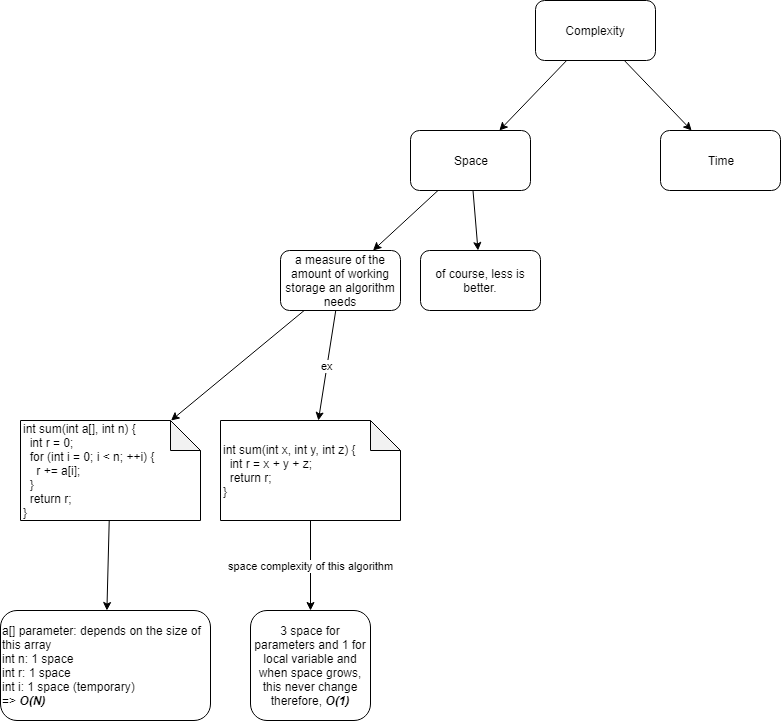
The draw.io diagram Time_Space_Complexity.PNG in stsiwo/data_structures_and_algorithm, before a commit. Source tidied: cells renumbered, new cells last; positions are measured from the earlier drawing's top-left corner, leaving out a move shared by most shapes. Its diagram source:
```xml
<mxGraphModel>
  <root>
    <mxCell id="0" />
    <mxCell id="1" parent="0" />
    <mxCell id="2" style="rounded=0;jettySize=auto;html=1;" parent="1" edge="1" source="4" target="8">
      <mxGeometry relative="1" as="geometry" />
    </mxCell>
    <mxCell id="3" style="edgeStyle=none;rounded=0;jettySize=auto;html=1;" parent="1" edge="1" source="4" target="5">
      <mxGeometry relative="1" as="geometry" />
    </mxCell>
    <mxCell id="4" value="Complexity" style="rounded=1;whiteSpace=wrap;html=1;" parent="1" vertex="1">
      <mxGeometry x="535" width="120" height="60" as="geometry" />
    </mxCell>
    <mxCell id="5" value="Time" style="rounded=1;whiteSpace=wrap;html=1;" parent="1" vertex="1">
      <mxGeometry x="660" y="130" width="120" height="60" as="geometry" />
    </mxCell>
    <mxCell id="6" style="edgeStyle=none;rounded=0;jettySize=auto;html=1;" parent="1" edge="1" source="8" target="12">
      <mxGeometry relative="1" as="geometry" />
    </mxCell>
    <mxCell id="7" style="edgeStyle=none;rounded=0;jettySize=auto;html=1;" parent="1" edge="1" source="8" target="9">
      <mxGeometry relative="1" as="geometry" />
    </mxCell>
    <mxCell id="8" value="Space" style="rounded=1;whiteSpace=wrap;html=1;" parent="1" vertex="1">
      <mxGeometry x="410" y="130" width="120" height="60" as="geometry" />
    </mxCell>
    <mxCell id="9" value="of course, less is better." style="rounded=1;whiteSpace=wrap;html=1;" parent="1" vertex="1">
      <mxGeometry x="420" y="250" width="120" height="60" as="geometry" />
    </mxCell>
    <mxCell id="10" value="ex" style="edgeStyle=none;rounded=0;jettySize=auto;html=1;" parent="1" edge="1" source="12" target="14">
      <mxGeometry relative="1" as="geometry" />
    </mxCell>
    <mxCell id="11" style="edgeStyle=none;rounded=0;jettySize=auto;html=1;" parent="1" edge="1" source="12" target="16">
      <mxGeometry relative="1" as="geometry" />
    </mxCell>
    <mxCell id="12" value="a measure of the amount of working storage an algorithm needs" style="rounded=1;whiteSpace=wrap;html=1;" parent="1" vertex="1">
      <mxGeometry x="280" y="250" width="120" height="60" as="geometry" />
    </mxCell>
    <mxCell id="13" value="space complexity of this algorithm" style="edgeStyle=none;rounded=0;jettySize=auto;html=1;" parent="1" edge="1" source="14" target="17">
      <mxGeometry relative="1" as="geometry" />
    </mxCell>
    <mxCell id="14" value="int sum(int x, int y, int z) {&lt;br&gt;&amp;nbsp; int r = x + y + z;&lt;br&gt;&amp;nbsp; return r;&lt;br&gt;}" style="shape=note;whiteSpace=wrap;html=1;backgroundOutline=1;darkOpacity=0.05;align=left;" parent="1" vertex="1">
      <mxGeometry x="220" y="420" width="180" height="100" as="geometry" />
    </mxCell>
    <mxCell id="15" style="edgeStyle=none;rounded=0;jettySize=auto;html=1;" parent="1" edge="1" source="16" target="18">
      <mxGeometry relative="1" as="geometry" />
    </mxCell>
    <mxCell id="16" value="&lt;div&gt;int sum(int a[], int n) {&lt;/div&gt;&lt;div&gt;&amp;nbsp; int r = 0;&lt;/div&gt;&lt;div&gt;&amp;nbsp; for (int i = 0; i &amp;lt; n; ++i) {&lt;/div&gt;&lt;div&gt;&amp;nbsp; &amp;nbsp; r += a[i];&lt;/div&gt;&lt;div&gt;&amp;nbsp; }&lt;/div&gt;&lt;div&gt;&amp;nbsp; return r;&lt;/div&gt;&lt;div&gt;}&lt;/div&gt;" style="shape=note;whiteSpace=wrap;html=1;backgroundOutline=1;darkOpacity=0.05;align=left;" parent="1" vertex="1">
      <mxGeometry x="20" y="420" width="180" height="100" as="geometry" />
    </mxCell>
    <mxCell id="17" value="&lt;span style=&quot;text-align: left ; white-space: normal&quot;&gt;3 space for parameters and 1 for local variable and when space grows, this never change therefore,&amp;nbsp;&lt;/span&gt;&lt;b style=&quot;text-align: left ; white-space: normal&quot;&gt;&lt;i&gt;O(1)&lt;/i&gt;&lt;/b&gt;" style="rounded=1;whiteSpace=wrap;html=1;" parent="1" vertex="1">
      <mxGeometry x="250" y="610" width="120" height="110" as="geometry" />
    </mxCell>
    <mxCell id="18" value="&lt;div style=&quot;text-align: left&quot;&gt;&lt;span&gt;a[] parameter: depends on the size of this array&lt;/span&gt;&lt;/div&gt;&lt;div style=&quot;text-align: left&quot;&gt;&lt;span&gt;int n: 1 space&lt;/span&gt;&lt;/div&gt;&lt;div style=&quot;text-align: left&quot;&gt;&lt;span&gt;int r: 1 space&lt;/span&gt;&lt;/div&gt;&lt;div style=&quot;text-align: left&quot;&gt;&lt;span&gt;int i: 1 space (temporary)&amp;nbsp;&lt;/span&gt;&lt;/div&gt;&lt;div style=&quot;text-align: left&quot;&gt;&lt;span&gt;=&amp;gt; &lt;b&gt;&lt;i&gt;O(N)&lt;/i&gt;&lt;/b&gt;&lt;/span&gt;&lt;/div&gt;" style="rounded=1;whiteSpace=wrap;html=1;" parent="1" vertex="1">
      <mxGeometry y="610" width="210" height="110" as="geometry" />
    </mxCell>
  </root>
</mxGraphModel>
```
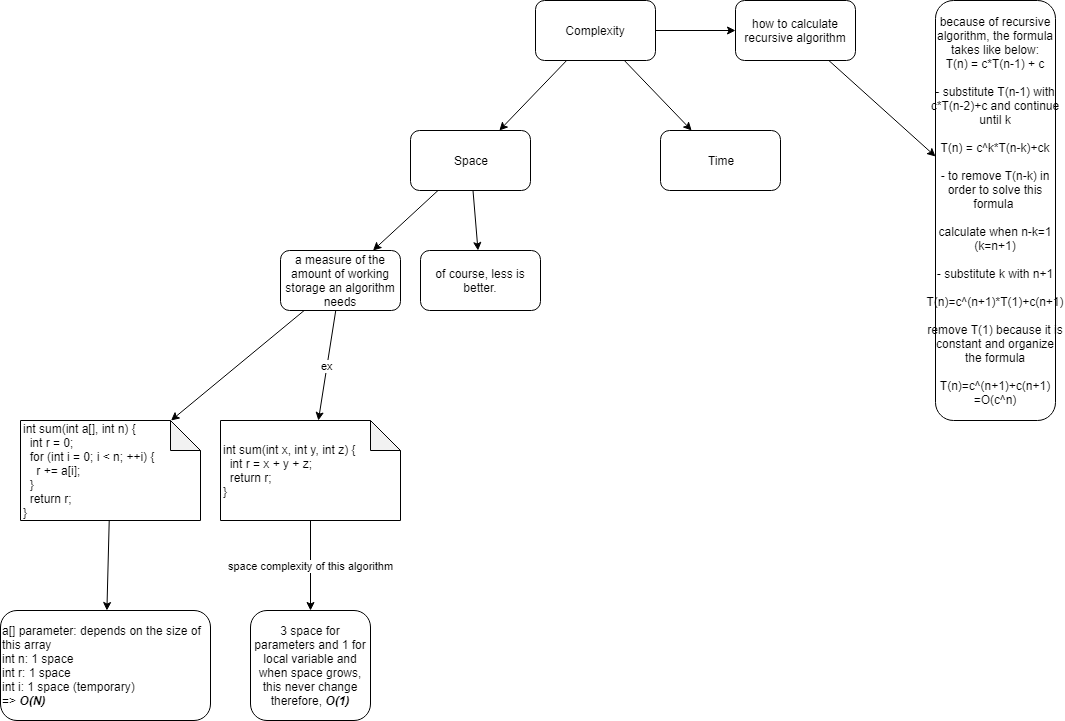
Later version of the same file.

Change to the diagram source:
```diff
@@ -8,9 +8,21 @@
     <mxCell id="3" style="edgeStyle=none;rounded=0;jettySize=auto;html=1;" parent="1" edge="1" source="4" target="5">
       <mxGeometry relative="1" as="geometry" />
     </mxCell>
+    <mxCell id="19" style="edgeStyle=none;rounded=0;jettySize=auto;html=1;" parent="1" edge="1" source="4" target="21">
+      <mxGeometry relative="1" as="geometry" />
+    </mxCell>
     <mxCell id="4" value="Complexity" style="rounded=1;whiteSpace=wrap;html=1;" parent="1" vertex="1">
       <mxGeometry x="535" width="120" height="60" as="geometry" />
     </mxCell>
+    <mxCell id="20" style="edgeStyle=none;rounded=0;jettySize=auto;html=1;" parent="1" edge="1" source="21" target="22">
+      <mxGeometry relative="1" as="geometry" />
+    </mxCell>
+    <mxCell id="21" value="how to calculate recursive algorithm" style="rounded=1;whiteSpace=wrap;html=1;" parent="1" vertex="1">
+      <mxGeometry x="735" width="120" height="60" as="geometry" />
+    </mxCell>
+    <mxCell id="22" value="because of recursive algorithm, the formula takes like below:&lt;br&gt;T(n) = c*T(n-1) + c&lt;br&gt;&lt;br&gt;- substitute T(n-1) with c*T(n-2)+c and continue until k&lt;br&gt;&lt;br&gt;T(n) = c^k*T(n-k)+ck&lt;br&gt;&lt;br&gt;- to remove T(n-k) in order to solve this formula&amp;nbsp;&lt;br&gt;&lt;br&gt;calculate when n-k=1 (k=n+1)&lt;br&gt;&lt;br&gt;- substitute k with n+1&lt;br&gt;&lt;br&gt;T(n)=c^(n+1)*T(1)+c(n+1)&lt;br&gt;&lt;br&gt;remove T(1) because it is constant and organize the formula&lt;br&gt;&lt;br&gt;T(n)=c^(n+1)+c(n+1)&lt;br&gt;=O(c^n)" style="rounded=1;whiteSpace=wrap;html=1;" parent="1" vertex="1">
+      <mxGeometry x="935" width="120" height="420" as="geometry" />
+    </mxCell>
     <mxCell id="5" value="Time" style="rounded=1;whiteSpace=wrap;html=1;" parent="1" vertex="1">
       <mxGeometry x="660" y="130" width="120" height="60" as="geometry" />
     </mxCell>
```
